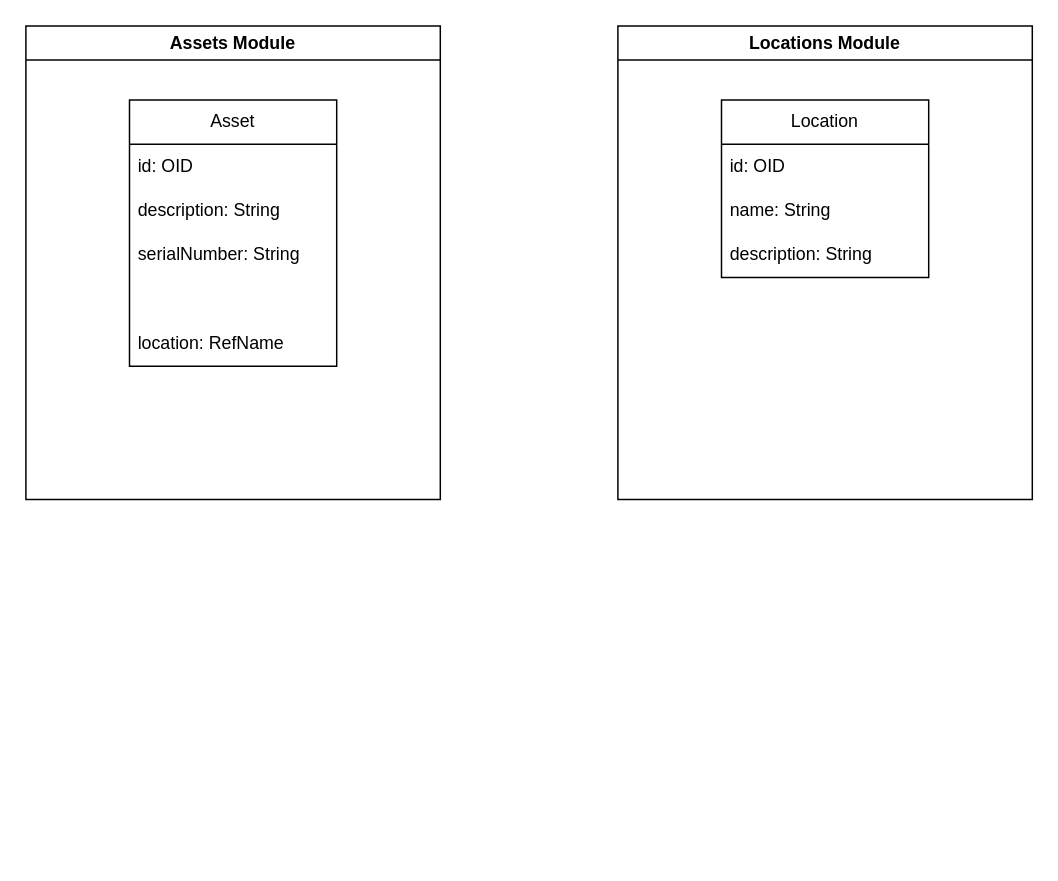
Earlier version of the draw.io diagram message-ideas.drawio (damien-m-abrahams/diagrams). Source tidied: cells renumbered, new cells numbered last; positions are measured from the earlier drawing's top-left corner, leaving out a move shared by most shapes. Both pictures are drawn from the tidied source at 148%, with x=0, y=0 at pixel (25, 25).
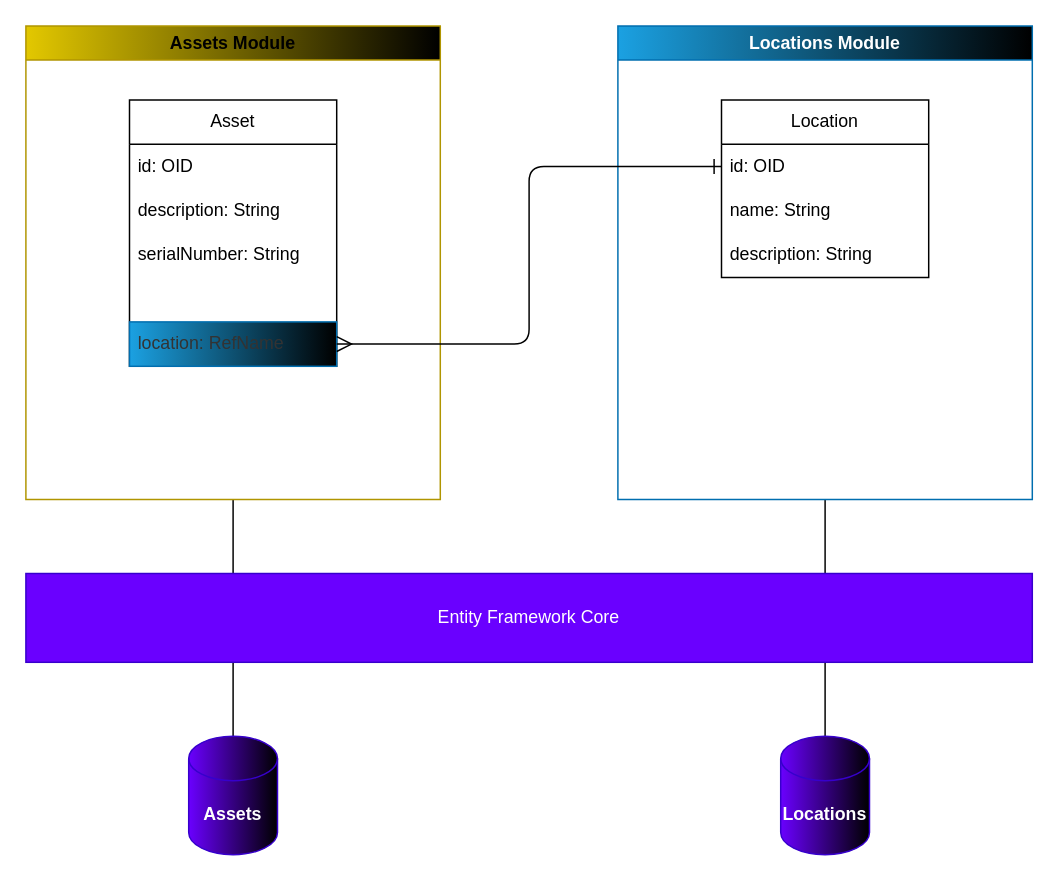
The same diagram, later.

Commit message:
Add data layer

Diff of the diagram source:
```diff
@@
 <mxGraphModel>
   <root>
     <mxCell id="0" />
     <mxCell id="1" parent="0" />
+    <mxCell id="14" style="edgeStyle=orthogonalEdgeStyle;html=1;exitX=0.5;exitY=1;exitDx=0;exitDy=0;entryX=0.5;entryY=0;entryDx=0;entryDy=0;entryPerimeter=0;fontColor=#333333;startArrow=none;startFill=0;endArrow=none;endFill=0;startSize=8;endSize=8;" parent="1" edge="1" source="2" target="18">
+      <mxGeometry relative="1" as="geometry" />
+    </mxCell>
-    <mxCell id="2" value="Assets Module" style="swimlane;whiteSpace=wrap;html=1;" parent="1" vertex="1">
+    <mxCell id="2" value="Assets Module" style="swimlane;whiteSpace=wrap;html=1;fillColor=#e3c800;fontColor=#000000;strokeColor=#B09500;gradientColor=default;gradientDirection=east;" parent="1" vertex="1">
       <mxGeometry width="280" height="320" as="geometry" />
     </mxCell>
     <mxCell id="3" value="Asset" style="swimlane;fontStyle=0;horizontal=1;startSize=30;whiteSpace=wrap;html=1;" parent="2" vertex="1">
       <mxGeometry x="70" y="50" width="140" height="180" as="geometry" />
     </mxCell>
     <mxCell id="4" value="id: OID" style="text;strokeColor=none;fillColor=none;align=left;verticalAlign=middle;spacingLeft=4;spacingRight=4;overflow=hidden;whiteSpace=wrap;html=1;" parent="3" vertex="1">
       <mxGeometry y="30" width="140" height="30" as="geometry" />
     </mxCell>
     <mxCell id="5" value="description: String" style="text;strokeColor=none;fillColor=none;align=left;verticalAlign=middle;spacingLeft=4;spacingRight=4;overflow=hidden;whiteSpace=wrap;html=1;" parent="3" vertex="1">
       <mxGeometry y="60" width="140" height="30" as="geometry" />
     </mxCell>
     <mxCell id="6" value="serialNumber: String" style="text;strokeColor=none;fillColor=none;align=left;verticalAlign=middle;spacingLeft=4;spacingRight=4;overflow=hidden;whiteSpace=wrap;html=1;" parent="3" vertex="1">
       <mxGeometry y="90" width="140" height="30" as="geometry" />
     </mxCell>
     <mxCell id="7" style="text;strokeColor=none;fillColor=none;align=left;verticalAlign=middle;spacingLeft=4;spacingRight=4;overflow=hidden;whiteSpace=wrap;html=1;" parent="3" vertex="1">
       <mxGeometry y="120" width="140" height="30" as="geometry" />
     </mxCell>
-    <mxCell id="8" value="location: RefName" style="text;strokeColor=none;fillColor=none;align=left;verticalAlign=middle;spacingLeft=4;spacingRight=4;overflow=hidden;points=[[0,0.5],[1,0.5]];portConstraint=eastwest;whiteSpace=wrap;html=1;" parent="3" vertex="1">
+    <mxCell id="8" value="location: RefName" style="text;strokeColor=#006EAF;fillColor=#1ba1e2;align=left;verticalAlign=middle;spacingLeft=4;spacingRight=4;overflow=hidden;points=[[0,0.5],[1,0.5]];portConstraint=eastwest;whiteSpace=wrap;html=1;fontColor=#333333;gradientColor=default;gradientDirection=east;" parent="3" vertex="1">
       <mxGeometry y="150" width="140" height="30" as="geometry" />
     </mxCell>
+    <mxCell id="15" style="edgeStyle=orthogonalEdgeStyle;html=1;exitX=0.5;exitY=1;exitDx=0;exitDy=0;entryX=0.5;entryY=0;entryDx=0;entryDy=0;entryPerimeter=0;fontColor=#333333;startArrow=none;startFill=0;endArrow=none;endFill=0;startSize=8;endSize=8;" parent="1" edge="1" source="9" target="19">
+      <mxGeometry relative="1" as="geometry" />
+    </mxCell>
-    <mxCell id="9" value="Locations Module" style="swimlane;whiteSpace=wrap;html=1;" parent="1" vertex="1">
+    <mxCell id="9" value="Locations Module" style="swimlane;whiteSpace=wrap;html=1;fillColor=#1ba1e2;strokeColor=#006EAF;fontColor=#ffffff;gradientColor=default;gradientDirection=east;" parent="1" vertex="1">
       <mxGeometry x="400" width="280" height="320" as="geometry" />
     </mxCell>
     <mxCell id="10" value="Location" style="swimlane;fontStyle=0;horizontal=1;startSize=30;whiteSpace=wrap;html=1;" parent="9" vertex="1">
       <mxGeometry x="70" y="50" width="140" height="120" as="geometry" />
     </mxCell>
     <mxCell id="11" value="id: OID" style="text;strokeColor=none;fillColor=none;align=left;verticalAlign=middle;spacingLeft=4;spacingRight=4;overflow=hidden;points=[[0,0.5],[1,0.5]];portConstraint=eastwest;whiteSpace=wrap;html=1;" parent="10" vertex="1">
       <mxGeometry y="30" width="140" height="30" as="geometry" />
     </mxCell>
     <mxCell id="12" value="name: String" style="text;strokeColor=none;fillColor=none;align=left;verticalAlign=middle;spacingLeft=4;spacingRight=4;overflow=hidden;whiteSpace=wrap;html=1;" parent="10" vertex="1">
       <mxGeometry y="60" width="140" height="30" as="geometry" />
     </mxCell>
     <mxCell id="13" value="description: String" style="text;strokeColor=none;fillColor=none;align=left;verticalAlign=middle;spacingLeft=4;spacingRight=4;overflow=hidden;whiteSpace=wrap;html=1;" parent="10" vertex="1">
       <mxGeometry y="90" width="140" height="30" as="geometry" />
     </mxCell>
+    <mxCell id="16" style="edgeStyle=orthogonalEdgeStyle;html=1;exitX=1;exitY=0.5;exitDx=0;exitDy=0;entryX=0;entryY=0.5;entryDx=0;entryDy=0;endArrow=ERone;endFill=0;startArrow=ERmany;startFill=0;endSize=8;startSize=8;" parent="1" edge="1" source="8" target="11">
+      <mxGeometry relative="1" as="geometry" />
+    </mxCell>
+    <mxCell id="17" value="Entity Framework Core" style="rounded=0;whiteSpace=wrap;html=1;fillColor=#6a00ff;fontColor=#ffffff;strokeColor=#3700CC;" parent="1" vertex="1">
+      <mxGeometry y="370" width="680" height="60" as="geometry" />
+    </mxCell>
+    <mxCell id="18" value="&lt;b&gt;Assets&lt;/b&gt;" style="shape=cylinder3;whiteSpace=wrap;html=1;boundedLbl=1;backgroundOutline=1;size=15;fontColor=#ffffff;gradientDirection=east;fillColor=#6a00ff;strokeColor=#3700CC;gradientColor=default;" parent="1" vertex="1">
+      <mxGeometry x="110" y="480" width="60" height="80" as="geometry" />
+    </mxCell>
+    <mxCell id="19" value="&lt;b&gt;Locations&lt;/b&gt;" style="shape=cylinder3;whiteSpace=wrap;html=1;boundedLbl=1;backgroundOutline=1;size=15;fontColor=#ffffff;gradientDirection=east;fillColor=#6a00ff;strokeColor=#3700CC;gradientColor=default;" parent="1" vertex="1">
+      <mxGeometry x="510" y="480" width="60" height="80" as="geometry" />
+    </mxCell>
   </root>
 </mxGraphModel>
```
